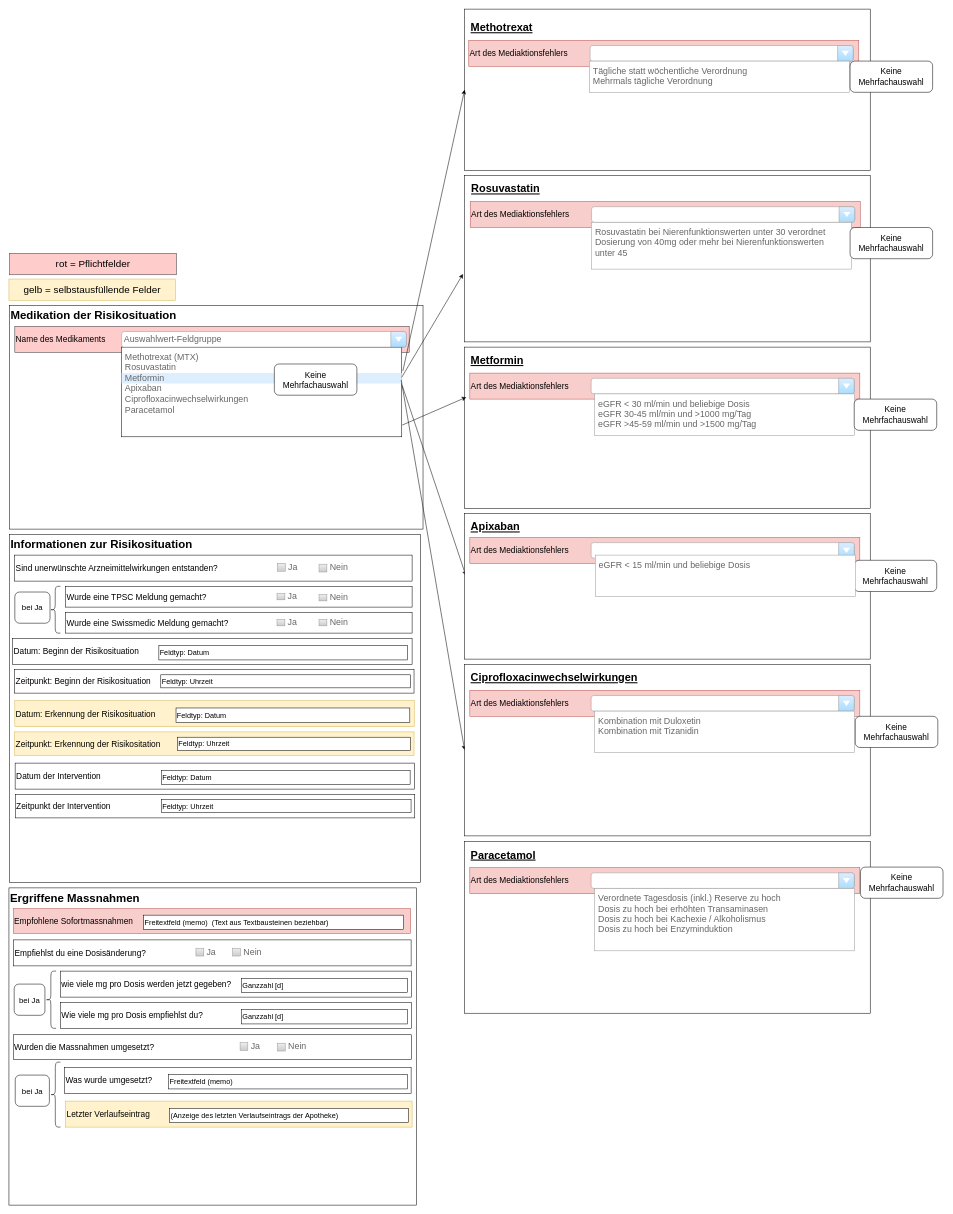
MarlenKuehn/DOFI-draw.io keeps this draw.io diagram as DOFI_Konzept2.drawio. Above is the earlier version. Source tidied: cells renumbered, new cells numbered last; positions are measured from the earlier drawing's top-left corner, leaving out a move shared by most shapes. Both pictures are drawn from the tidied source at 52%, with x=0, y=0 at pixel (9, 9).
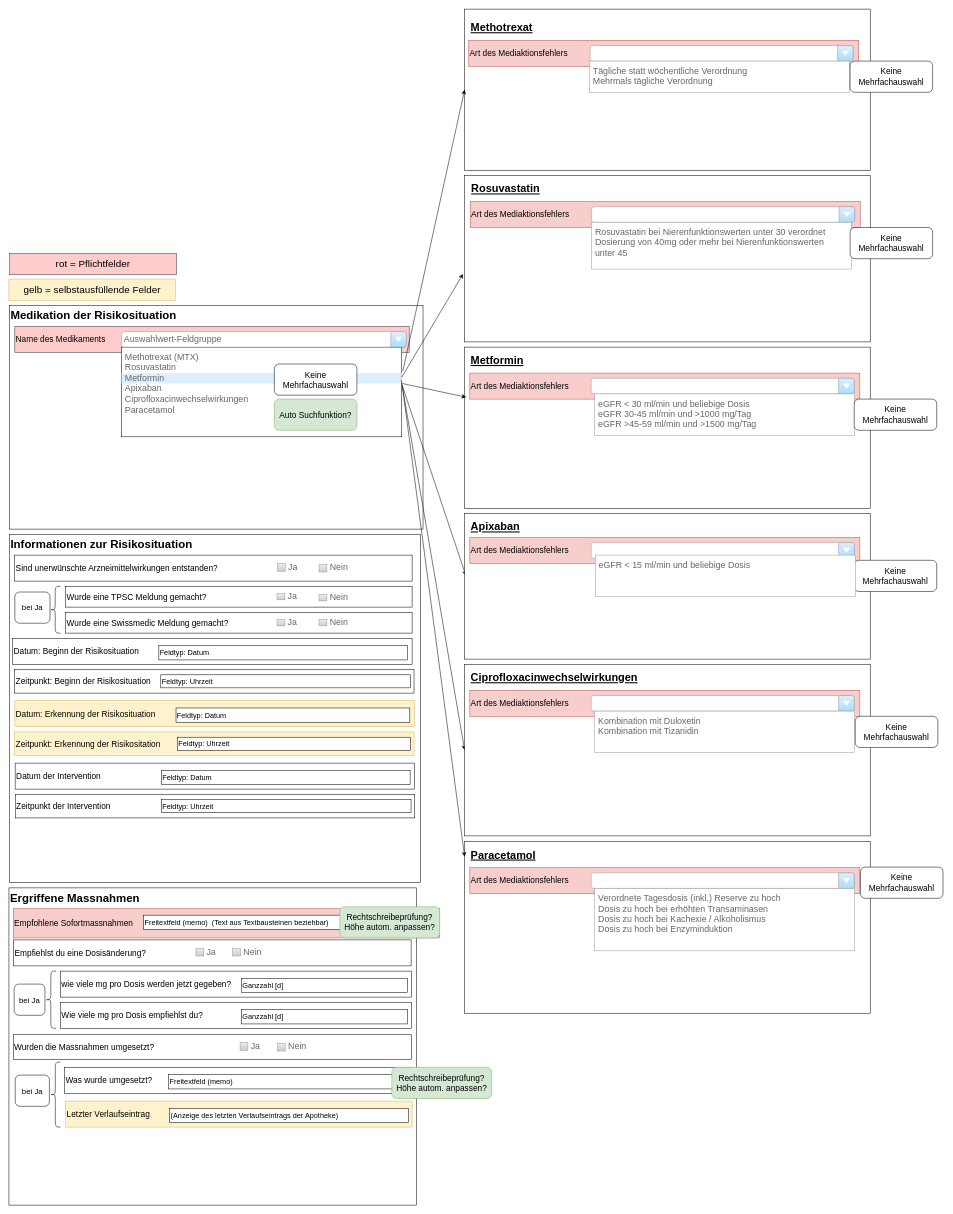
The same page after the edit.

Unchanged cells that the change refers to:
```xml
<mxCell id="6" style="strokeWidth=1;shadow=0;dashed=0;align=center;html=1;shape=mxgraph.mockup.forms.rrect;rSize=0;" parent="4" vertex="1">
  <mxGeometry x="215.4" y="80" width="538.7" height="172.5" as="geometry" />
</mxCell>
<mxCell id="47" style="html=1;whiteSpace=wrap;verticalAlign=top;align=left;fontStyle=1;fontSize=22;" parent="46" vertex="1">
  <mxGeometry width="780" height="310" as="geometry" />
</mxCell>
```

What changed in the source:
```diff
@@
+    <mxCell id="120" value="&lt;font style=&quot;font-size: 16px;&quot;&gt;Auto Suchfunktion?&lt;/font&gt;" style="rounded=1;whiteSpace=wrap;html=1;fillColor=#d5e8d4;strokeColor=#82b366;" parent="6" vertex="1">
+      <mxGeometry x="293.7" y="100" width="158.7" height="60" as="geometry" />
+    </mxCell>
@@
     <mxCell id="55" style="endArrow=classic;html=1;rounded=0;entryX=0.004;entryY=0.311;entryDx=0;entryDy=0;entryPerimeter=0;" parent="1" edge="1" target="47">
       <mxGeometry relative="1" as="geometry">
-        <mxPoint x="756" y="800" as="sourcePoint" />
+        <mxPoint x="756" y="720" as="sourcePoint" />
       </mxGeometry>
     </mxCell>
@@
     <mxCell id="118" value="&lt;font style=&quot;font-size: 16px;&quot;&gt;Empfohlene Sofortmassnahmen&lt;/font&gt;" style="html=1;whiteSpace=wrap;align=left;fillColor=#f8cecc;strokeColor=#b85450;" parent="1" vertex="1">
-      <mxGeometry x="8.1" y="1730" width="764.1" height="47.6" as="geometry" />
+      <mxGeometry x="8.1" y="1730" width="820" height="56.2" as="geometry" />
     </mxCell>
@@
+    <mxCell id="121" value="&lt;font style=&quot;font-size: 16px;&quot;&gt;Rechtschreibeprüfung?&lt;br&gt;Höhe autom. anpassen?&lt;br&gt;&lt;/font&gt;" style="rounded=1;whiteSpace=wrap;html=1;fillColor=#d5e8d4;strokeColor=#82b366;" parent="118" vertex="1">
+      <mxGeometry x="627.9" y="-3.8" width="192.1" height="60" as="geometry" />
+    </mxCell>
+    <mxCell id="122" value="&lt;font style=&quot;font-size: 16px;&quot;&gt;Rechtschreibeprüfung?&lt;br&gt;Höhe autom. anpassen?&lt;br&gt;&lt;/font&gt;" style="rounded=1;whiteSpace=wrap;html=1;fillColor=#d5e8d4;strokeColor=#82b366;" parent="1" vertex="1">
+      <mxGeometry x="736" y="2035" width="192.1" height="60" as="geometry" />
+    </mxCell>
+    <mxCell id="123" style="endArrow=classic;html=1;rounded=0;" parent="1" edge="1">
+      <mxGeometry relative="1" as="geometry">
+        <mxPoint x="756" y="723" as="sourcePoint" />
+        <mxPoint x="876" y="1630" as="targetPoint" />
+      </mxGeometry>
+    </mxCell>
```
